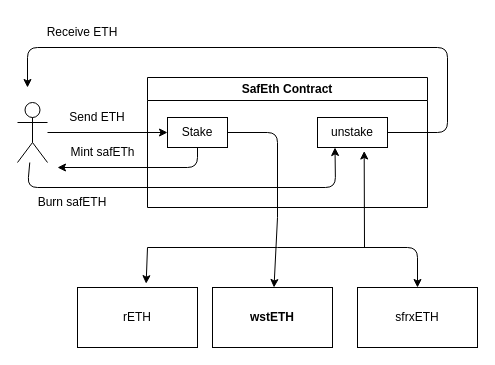
This is assets/SafEth-Architecture.drawio from asymmetryfinance/safeth, a draw.io file, before an edit. Source tidied: cells renumbered, new cells numbered last; positions are measured from the earlier drawing's top-left corner, leaving out a move shared by most shapes. Both pictures are drawn from the tidied source at 100%, with x=0, y=0 at pixel (17, 17).
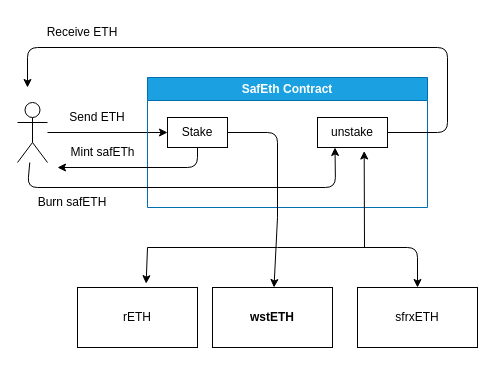
The same page after the edit.

Change to the diagram source:
```diff
@@
-    <mxCell id="6" value="SafEth Contract" style="swimlane;whiteSpace=wrap;html=1;" parent="1" vertex="1">
+    <mxCell id="6" value="SafEth Contract" style="swimlane;whiteSpace=wrap;html=1;fillColor=#1ba1e2;fontColor=#ffffff;strokeColor=#006EAF;" parent="1" vertex="1">
       <mxGeometry x="130" y="60" width="280" height="130" as="geometry" />
     </mxCell>
```
